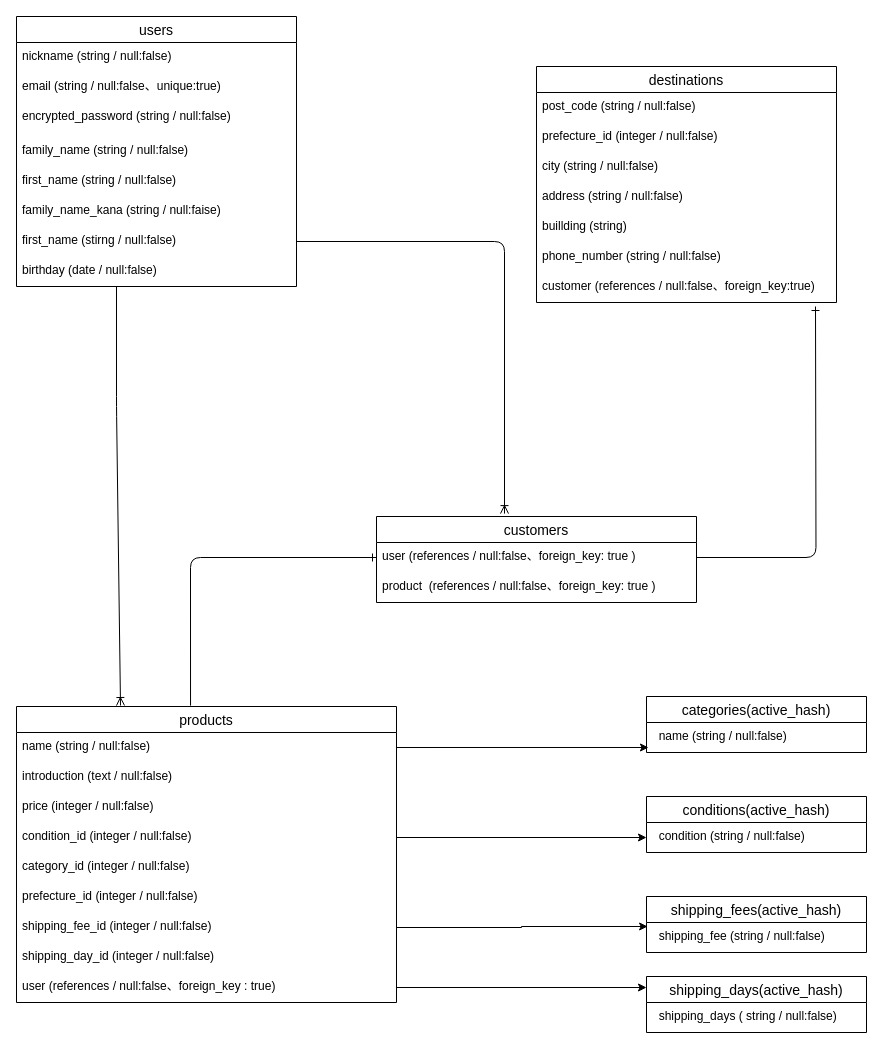
This is test.dio from akiko777/furima-30986, a draw.io file, before an edit. Source tidied: cells renumbered, new cells numbered last; positions are measured from the earlier drawing's top-left corner, leaving out a move shared by most shapes. Both pictures are drawn from the tidied source at 100%, with x=0, y=0 at pixel (16, 16).
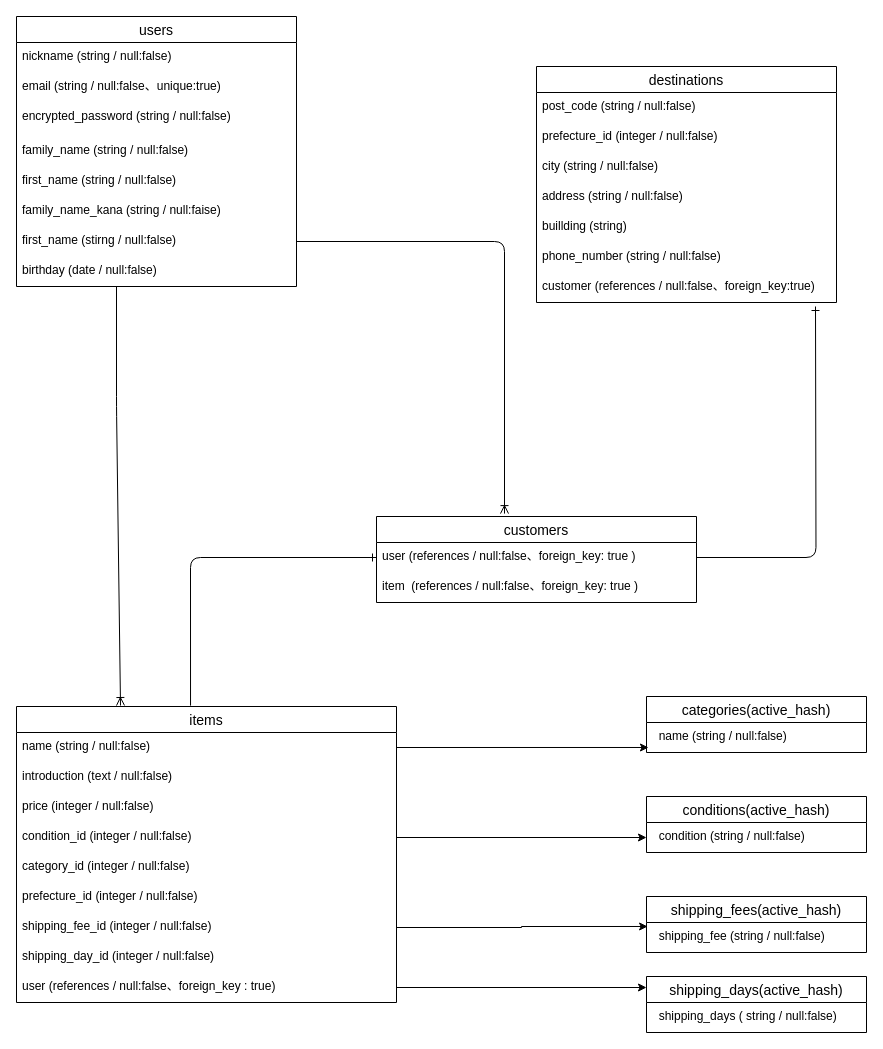
The same diagram, later.

Unchanged cells that the change refers to:
```xml
<mxCell id="29" value="customers" style="swimlane;fontStyle=0;horizontal=1;startSize=26;align=center;fontSize=14;" parent="1" vertex="1">
  <mxGeometry x="360" y="500" width="320" height="86" as="geometry" />
</mxCell>
```

Diff of the diagram source:
```diff
@@
-    <mxCell id="11" value="products" style="swimlane;fontStyle=0;horizontal=1;startSize=26;align=center;fontSize=14;" parent="1" vertex="1">
+    <mxCell id="11" value="items" style="swimlane;fontStyle=0;horizontal=1;startSize=26;align=center;fontSize=14;" parent="1" vertex="1">
       <mxGeometry y="690" width="380" height="296" as="geometry" />
     </mxCell>
@@
-    <mxCell id="31" value="product  (references / null:false、foreign_key: true )" style="text;strokeColor=none;fillColor=none;spacingLeft=4;spacingRight=4;overflow=hidden;fontSize=12;" parent="29" vertex="1">
+    <mxCell id="31" value="item  (references / null:false、foreign_key: true )" style="text;strokeColor=none;fillColor=none;spacingLeft=4;spacingRight=4;overflow=hidden;fontSize=12;" parent="29" vertex="1">
       <mxGeometry y="56" width="320" height="30" as="geometry" />
     </mxCell>
```
